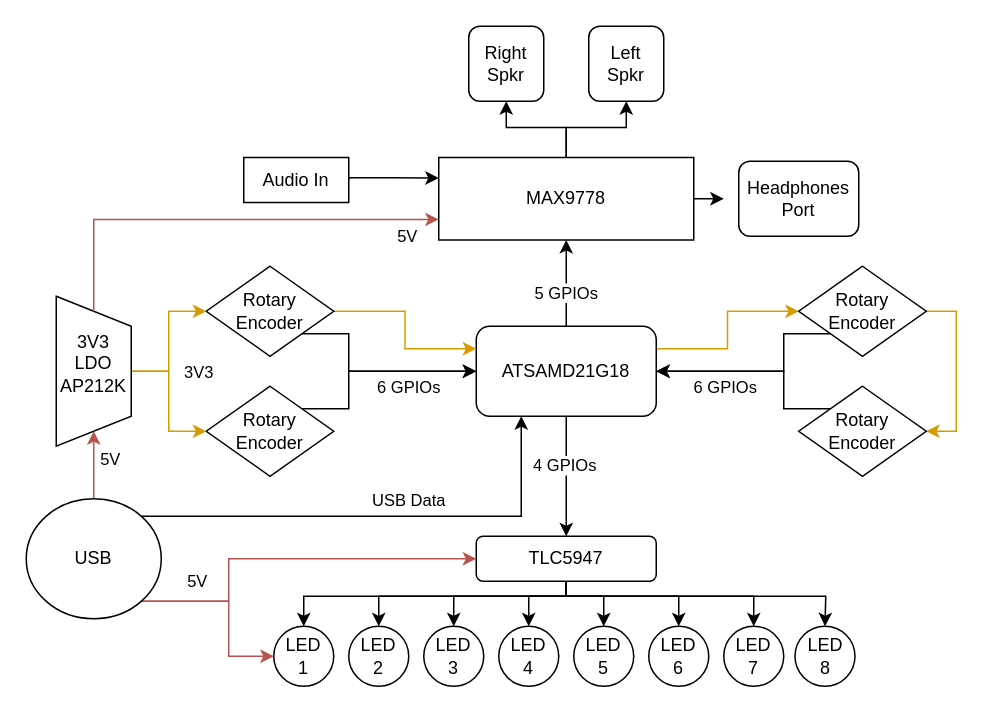
Before: ArchitectureOverview.drawio in amohideen99/TheVolumeMixer, a draw.io diagram. Source tidied: cells renumbered, new cells numbered last; positions are measured from the earlier drawing's top-left corner, leaving out a move shared by most shapes. Both pictures are drawn from the tidied source at 150%, with x=0, y=0 at pixel (18, 26).
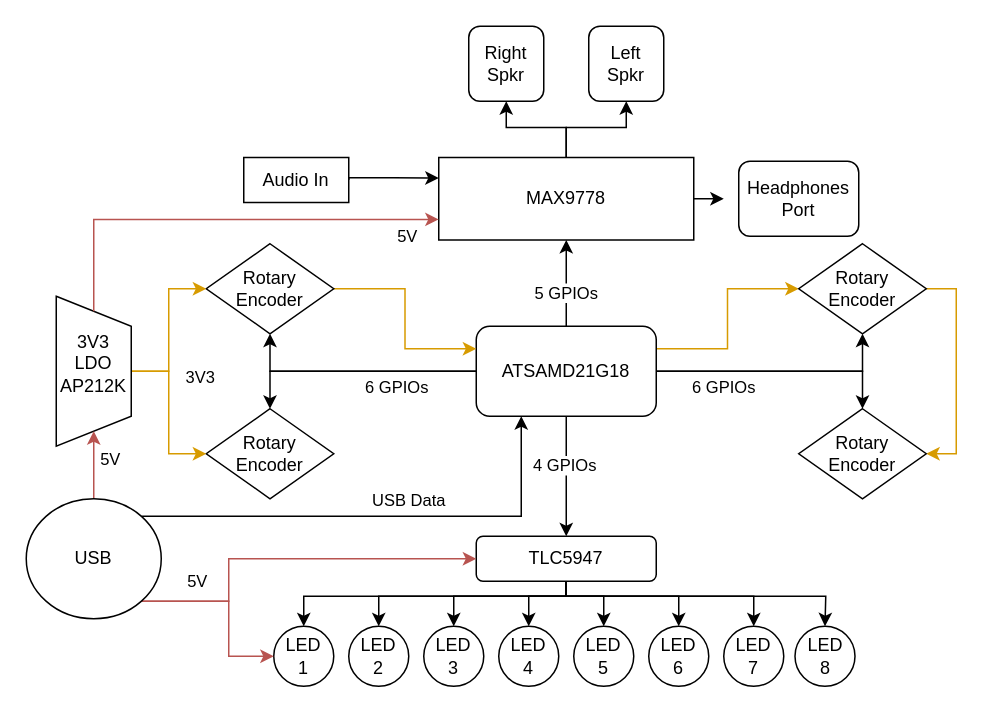
The same diagram, later.

Commit message (it also covers changes not shown here):
updated GPIOs for ArchitectureOverview

Unchanged cells that the change refers to:
```xml
<mxCell id="15" value="ATSAMD21G18" style="rounded=1;whiteSpace=wrap;html=1;" parent="1" vertex="1">
  <mxGeometry x="305" y="200" width="120" height="60" as="geometry" />
</mxCell>
<mxCell id="49" style="shape=trapezoid;perimeter=trapezoidPerimeter;whiteSpace=wrap;html=1;fixedSize=1;rotation=90;" parent="1" vertex="1">
  <mxGeometry y="205" width="100" height="50" as="geometry" />
</mxCell>
```

Diff of the diagram source:
```diff
@@
+    <mxCell id="33" style="edgeStyle=orthogonalEdgeStyle;rounded=0;jettySize=auto;html=1;exitX=1;exitY=0.5;exitDx=0;exitDy=0;entryX=0;entryY=0.25;entryDx=0;entryDy=0;fontColor=#000000;fillColor=#ffe6cc;strokeColor=#d79b00;" parent="1" edge="1" source="34" target="15">
+      <mxGeometry relative="1" as="geometry" />
+    </mxCell>
-    <mxCell id="32" style="edgeStyle=orthogonalEdgeStyle;rounded=0;jettySize=auto;html=1;exitX=1;exitY=1;exitDx=0;exitDy=0;" parent="1" edge="1" source="34" target="15">
-      <mxGeometry relative="1" as="geometry">
-        <Array as="points">
-          <mxPoint x="220" y="205" />
-          <mxPoint x="220" y="230" />
-        </Array>
-      </mxGeometry>
+    <mxCell id="32" style="edgeStyle=orthogonalEdgeStyle;rounded=0;jettySize=auto;html=1;exitX=0.5;exitY=1;exitDx=0;exitDy=0;entryX=0;entryY=0.5;entryDx=0;entryDy=0;startArrow=classic;startFill=1;fontColor=#000000;endArrow=none;endFill=0;" parent="1" edge="1" source="34" target="15">
+      <mxGeometry relative="1" as="geometry" />
     </mxCell>
-    <mxCell id="33" style="edgeStyle=orthogonalEdgeStyle;rounded=0;jettySize=auto;html=1;exitX=1;exitY=0.5;exitDx=0;exitDy=0;entryX=0;entryY=0.25;entryDx=0;entryDy=0;fontColor=#000000;fillColor=#ffe6cc;strokeColor=#d79b00;" parent="1" edge="1" source="34" target="15">
-      <mxGeometry relative="1" as="geometry" />
-    </mxCell>
     <mxCell id="34" value="Rotary&lt;br&gt;Encoder" style="rhombus;whiteSpace=wrap;html=1;" parent="1" vertex="1">
-      <mxGeometry x="125" y="160" width="85" height="60" as="geometry" />
+      <mxGeometry x="125" y="145" width="85" height="60" as="geometry" />
     </mxCell>
-    <mxCell id="35" style="edgeStyle=orthogonalEdgeStyle;rounded=0;jettySize=auto;html=1;exitX=1;exitY=0;exitDx=0;exitDy=0;entryX=0;entryY=0.5;entryDx=0;entryDy=0;" parent="1" edge="1" source="37" target="15">
+    <mxCell id="35" style="edgeStyle=orthogonalEdgeStyle;rounded=0;jettySize=auto;html=1;exitX=0.5;exitY=0;exitDx=0;exitDy=0;entryX=0;entryY=0.5;entryDx=0;entryDy=0;startArrow=classic;startFill=1;endArrow=none;endFill=0;" parent="1" edge="1" source="37" target="15">
       <mxGeometry relative="1" as="geometry">
         <Array as="points">
-          <mxPoint x="220" y="255" />
-          <mxPoint x="220" y="230" />
+          <mxPoint x="168" y="230" />
         </Array>
       </mxGeometry>
     </mxCell>
@@
     <mxCell id="37" value="Rotary&lt;br&gt;Encoder" style="rhombus;whiteSpace=wrap;html=1;" parent="1" vertex="1">
-      <mxGeometry x="125" y="240" width="85" height="60" as="geometry" />
+      <mxGeometry x="125" y="255" width="85" height="60" as="geometry" />
     </mxCell>
+    <mxCell id="39" style="edgeStyle=orthogonalEdgeStyle;rounded=0;jettySize=auto;html=1;exitX=1;exitY=0.5;exitDx=0;exitDy=0;entryX=1;entryY=0.5;entryDx=0;entryDy=0;fontColor=#000000;fillColor=#ffe6cc;strokeColor=#d79b00;" parent="1" edge="1" source="40" target="43">
+      <mxGeometry relative="1" as="geometry" />
+    </mxCell>
-    <mxCell id="38" style="edgeStyle=orthogonalEdgeStyle;rounded=0;jettySize=auto;html=1;exitX=0;exitY=1;exitDx=0;exitDy=0;" parent="1" edge="1" source="40" target="15">
+    <mxCell id="38" style="edgeStyle=orthogonalEdgeStyle;rounded=0;jettySize=auto;html=1;exitX=0.5;exitY=1;exitDx=0;exitDy=0;entryX=1;entryY=0.5;entryDx=0;entryDy=0;startArrow=classic;startFill=1;endArrow=none;endFill=0;fontColor=#000000;" parent="1" edge="1" source="40" target="15">
       <mxGeometry relative="1" as="geometry">
         <Array as="points">
-          <mxPoint x="510" y="205" />
-          <mxPoint x="510" y="230" />
+          <mxPoint x="563" y="230" />
         </Array>
       </mxGeometry>
     </mxCell>
-    <mxCell id="39" style="edgeStyle=orthogonalEdgeStyle;rounded=0;jettySize=auto;html=1;exitX=1;exitY=0.5;exitDx=0;exitDy=0;entryX=1;entryY=0.5;entryDx=0;entryDy=0;fontColor=#000000;fillColor=#ffe6cc;strokeColor=#d79b00;" parent="1" edge="1" source="40" target="43">
-      <mxGeometry relative="1" as="geometry" />
-    </mxCell>
     <mxCell id="40" value="Rotary&lt;br&gt;Encoder" style="rhombus;whiteSpace=wrap;html=1;" parent="1" vertex="1">
-      <mxGeometry x="520" y="160" width="85" height="60" as="geometry" />
+      <mxGeometry x="520" y="145" width="85" height="60" as="geometry" />
     </mxCell>
-    <mxCell id="41" style="edgeStyle=orthogonalEdgeStyle;rounded=0;jettySize=auto;html=1;exitX=0;exitY=0;exitDx=0;exitDy=0;entryX=1;entryY=0.5;entryDx=0;entryDy=0;" parent="1" edge="1" source="43" target="15">
-      <mxGeometry relative="1" as="geometry">
-        <Array as="points">
-          <mxPoint x="510" y="255" />
-          <mxPoint x="510" y="230" />
-        </Array>
-      </mxGeometry>
+    <mxCell id="41" style="edgeStyle=orthogonalEdgeStyle;rounded=0;jettySize=auto;html=1;exitX=0.5;exitY=0;exitDx=0;exitDy=0;entryX=1;entryY=0.5;entryDx=0;entryDy=0;startArrow=classic;startFill=1;endArrow=none;endFill=0;fontColor=#000000;" parent="1" edge="1" source="43" target="15">
+      <mxGeometry relative="1" as="geometry" />
     </mxCell>
-    <mxCell id="42" value="6 GPIOs" style="edgeLabel;html=1;align=center;verticalAlign=middle;" parent="41" vertex="1">
-      <mxGeometry x="0.62" relative="1" as="geometry">
-        <mxPoint x="18" y="10" as="offset" />
+    <mxCell id="42" value="6 GPIOs" style="edgeLabel;html=1;align=center;verticalAlign=middle;fontColor=#000000;" parent="41" vertex="1">
+      <mxGeometry x="0.61" relative="1" as="geometry">
+        <mxPoint x="13.3" y="10" as="offset" />
       </mxGeometry>
     </mxCell>
     <mxCell id="43" value="Rotary&lt;br&gt;Encoder" style="rhombus;whiteSpace=wrap;html=1;" parent="1" vertex="1">
-      <mxGeometry x="520" y="240" width="85" height="60" as="geometry" />
+      <mxGeometry x="520" y="255" width="85" height="60" as="geometry" />
     </mxCell>
@@
     <mxCell id="46" style="edgeStyle=orthogonalEdgeStyle;rounded=0;jettySize=auto;html=1;exitX=0.5;exitY=0;exitDx=0;exitDy=0;entryX=0;entryY=0.5;entryDx=0;entryDy=0;fontColor=#000000;fillColor=#ffe6cc;strokeColor=#d79b00;" parent="1" edge="1" source="49" target="34">
       <mxGeometry relative="1" as="geometry">
         <Array as="points">
           <mxPoint x="100" y="230" />
-          <mxPoint x="100" y="190" />
+          <mxPoint x="100" y="175" />
         </Array>
       </mxGeometry>
     </mxCell>
     <mxCell id="47" style="edgeStyle=orthogonalEdgeStyle;rounded=0;jettySize=auto;html=1;exitX=0.5;exitY=0;exitDx=0;exitDy=0;entryX=0;entryY=0.5;entryDx=0;entryDy=0;fontColor=#000000;fillColor=#ffe6cc;strokeColor=#d79b00;" parent="1" edge="1" source="49" target="37">
       <mxGeometry relative="1" as="geometry">
         <Array as="points">
           <mxPoint x="100" y="230" />
-          <mxPoint x="100" y="270" />
+          <mxPoint x="100" y="285" />
         </Array>
       </mxGeometry>
     </mxCell>
```
